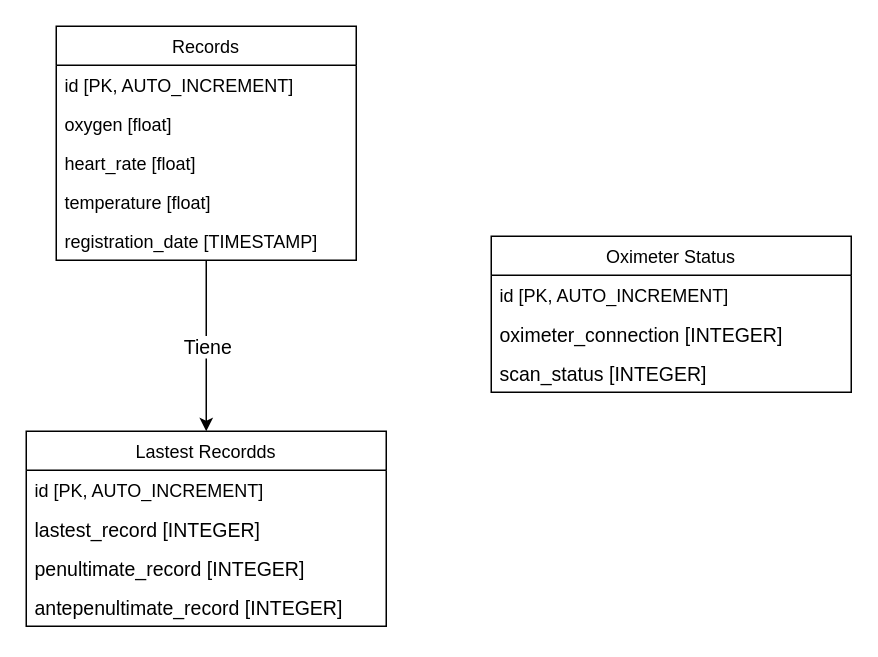
The draw.io diagram datasheet_database/ERL.drawio in Adro312/Oximetro-API, before the edit. Source tidied: cells renumbered, new cells numbered last; positions are measured from the earlier drawing's top-left corner, leaving out a move shared by most shapes. Both pictures are drawn from the tidied source at 150%, with x=0, y=0 at pixel (26, 26).
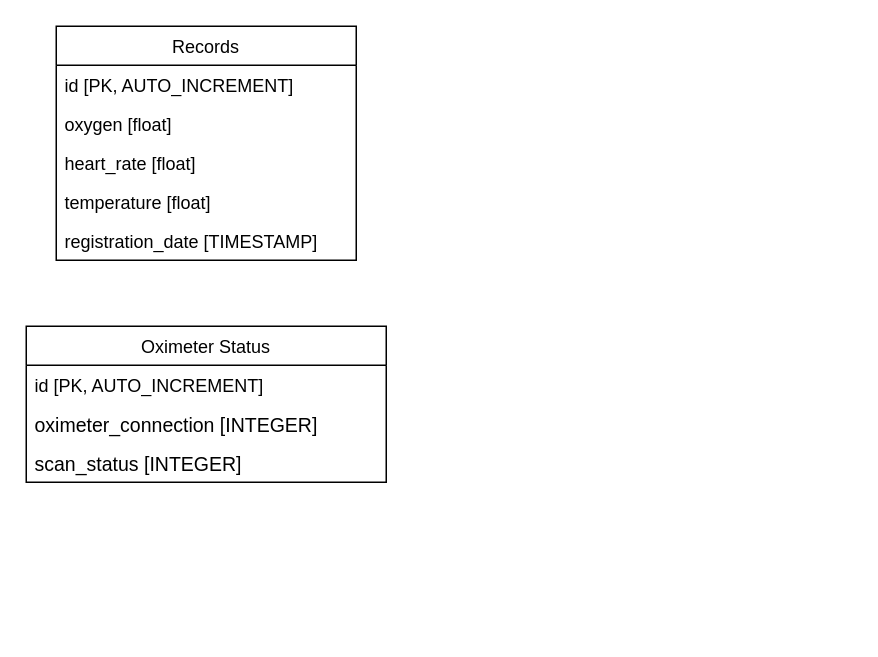
Above is the later version.

The edit, as a diff of the source:
```diff
@@
 <mxGraphModel>
   <root>
     <mxCell id="0" />
     <mxCell id="1" parent="0" />
     <mxCell id="2" value="Records" style="swimlane;fontStyle=0;horizontal=1;startSize=26;fillColor=none;" parent="1" vertex="1">
       <mxGeometry x="20" width="200" height="156" as="geometry" />
     </mxCell>
     <mxCell id="3" value="id [PK, AUTO_INCREMENT]" style="text;strokeColor=none;fillColor=none;align=left;verticalAlign=top;spacingLeft=4;spacingRight=4;overflow=hidden;" parent="2" vertex="1">
       <mxGeometry y="26" width="200" height="26" as="geometry" />
     </mxCell>
     <mxCell id="4" value="oxygen [float]" style="text;strokeColor=none;fillColor=none;align=left;verticalAlign=top;spacingLeft=4;spacingRight=4;overflow=hidden;" parent="2" vertex="1">
       <mxGeometry y="52" width="200" height="26" as="geometry" />
     </mxCell>
     <mxCell id="5" value="heart_rate [float]" style="text;strokeColor=none;fillColor=none;align=left;verticalAlign=top;spacingLeft=4;spacingRight=4;overflow=hidden;" parent="2" vertex="1">
       <mxGeometry y="78" width="200" height="26" as="geometry" />
     </mxCell>
     <mxCell id="6" value="temperature [float]" style="text;strokeColor=none;fillColor=none;align=left;verticalAlign=top;spacingLeft=4;spacingRight=4;overflow=hidden;" parent="2" vertex="1">
       <mxGeometry y="104" width="200" height="26" as="geometry" />
     </mxCell>
     <mxCell id="7" value="registration_date [TIMESTAMP]" style="text;strokeColor=none;fillColor=none;align=left;verticalAlign=top;spacingLeft=4;spacingRight=4;overflow=hidden;points=[[0,0.5],[1,0.5]];portConstraint=eastwest;" parent="2" vertex="1">
       <mxGeometry y="130" width="200" height="26" as="geometry" />
     </mxCell>
-    <mxCell id="8" value="Lastest Recordds" style="swimlane;fontStyle=0;horizontal=1;startSize=26;fillColor=none;" parent="1" vertex="1">
-      <mxGeometry y="270" width="240" height="130" as="geometry" />
-    </mxCell>
-    <mxCell id="9" value="id [PK, AUTO_INCREMENT]" style="text;strokeColor=none;fillColor=none;align=left;verticalAlign=top;spacingLeft=4;spacingRight=4;overflow=hidden;" parent="8" vertex="1">
-      <mxGeometry y="26" width="240" height="26" as="geometry" />
-    </mxCell>
-    <mxCell id="10" value="lastest_record [INTEGER]" style="text;strokeColor=none;fillColor=none;align=left;verticalAlign=top;spacingLeft=4;spacingRight=4;overflow=hidden;fontSize=13;" parent="8" vertex="1">
-      <mxGeometry y="52" width="240" height="26" as="geometry" />
-    </mxCell>
-    <mxCell id="11" value="penultimate_record [INTEGER]" style="text;strokeColor=none;fillColor=none;align=left;verticalAlign=top;spacingLeft=4;spacingRight=4;overflow=hidden;fontSize=13;" parent="8" vertex="1">
-      <mxGeometry y="78" width="240" height="26" as="geometry" />
-    </mxCell>
-    <mxCell id="12" value="antepenultimate_record [INTEGER]" style="text;strokeColor=none;fillColor=none;align=left;verticalAlign=top;spacingLeft=4;spacingRight=4;overflow=hidden;fontSize=13;" parent="8" vertex="1">
-      <mxGeometry y="104" width="240" height="26" as="geometry" />
-    </mxCell>
-    <mxCell id="13" style="endArrow=classic;html=1;fontSize=13;" parent="1" edge="1" source="7" target="8">
-      <mxGeometry relative="1" as="geometry" />
-    </mxCell>
-    <mxCell id="14" value="Tiene" style="edgeLabel;html=1;align=center;verticalAlign=middle;fontSize=13;" parent="13" vertex="1">
-      <mxGeometry relative="1" as="geometry" />
-    </mxCell>
     <mxCell id="15" value="Oximeter Status" style="swimlane;fontStyle=0;horizontal=1;startSize=26;fillColor=none;" parent="1" vertex="1">
-      <mxGeometry x="310" y="140" width="240" height="104" as="geometry" />
+      <mxGeometry y="200" width="240" height="104" as="geometry" />
     </mxCell>
     <mxCell id="16" value="id [PK, AUTO_INCREMENT]" style="text;strokeColor=none;fillColor=none;align=left;verticalAlign=top;spacingLeft=4;spacingRight=4;overflow=hidden;" parent="15" vertex="1">
       <mxGeometry y="26" width="240" height="26" as="geometry" />
     </mxCell>
     <mxCell id="17" value="oximeter_connection [INTEGER]" style="text;strokeColor=none;fillColor=none;align=left;verticalAlign=top;spacingLeft=4;spacingRight=4;overflow=hidden;fontSize=13;" parent="15" vertex="1">
       <mxGeometry y="52" width="240" height="26" as="geometry" />
     </mxCell>
     <mxCell id="18" value="scan_status [INTEGER]" style="text;strokeColor=none;fillColor=none;align=left;verticalAlign=top;spacingLeft=4;spacingRight=4;overflow=hidden;fontSize=13;" parent="15" vertex="1">
       <mxGeometry y="78" width="240" height="26" as="geometry" />
     </mxCell>
   </root>
 </mxGraphModel>
```
